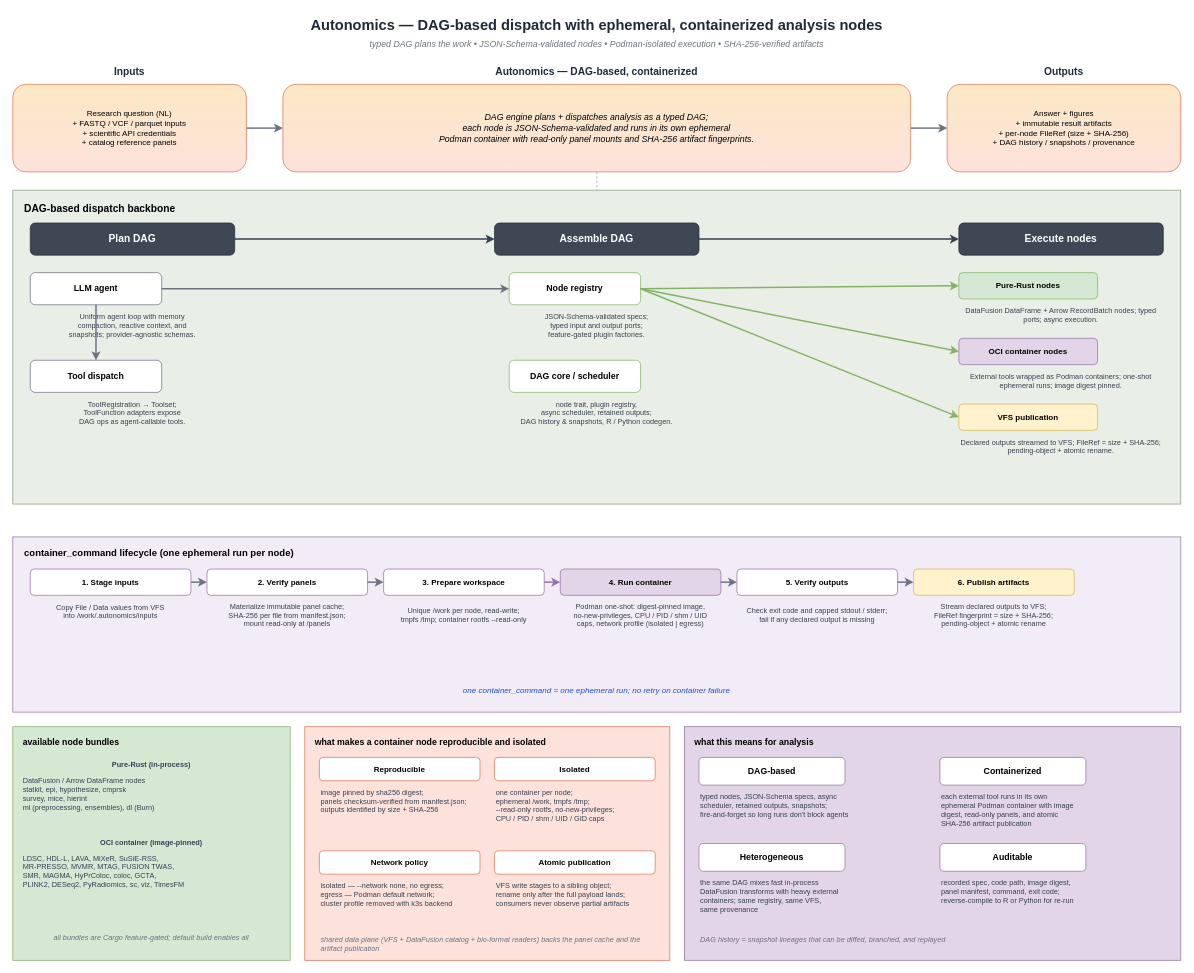
Before: docs/diagrams/fig2_mechanism.drawio in auto-nomics/autonomics, a draw.io diagram. Source tidied: cells renumbered, new cells numbered last; positions are measured from the earlier drawing's top-left corner, leaving out a move shared by most shapes. Both pictures are drawn from the tidied source at 73%, with x=0, y=0 at pixel (12, 12).
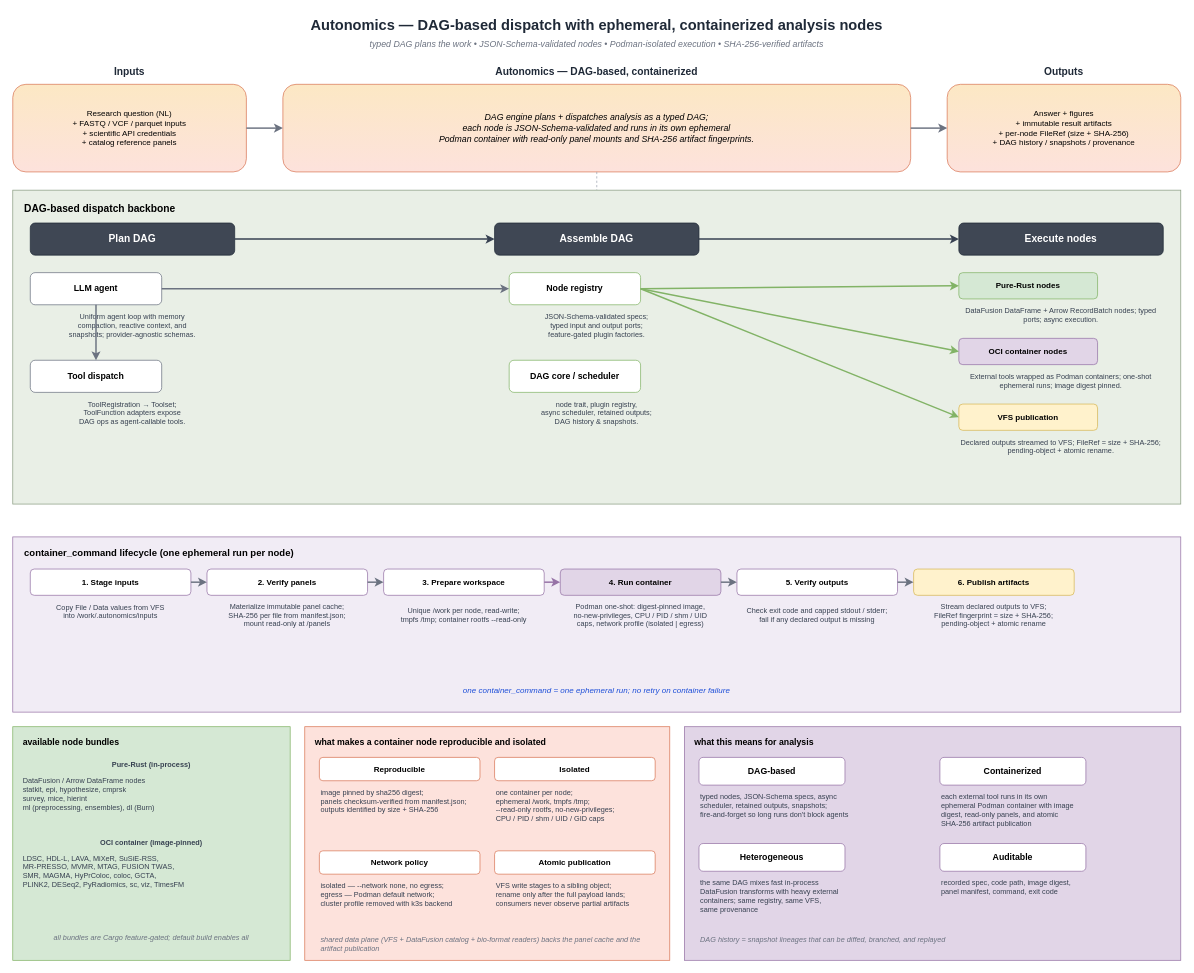
After the change.

What changed in the source:
```diff
@@
-    <mxCell id="26" value="node trait, plugin registry,&#10;async scheduler, retained outputs;&#10;DAG history &amp; snapshots, R / Python codegen." style="text;html=1;whiteSpace=wrap;align=center;verticalAlign=top;fontSize=10;fontColor=#374151;" parent="1" vertex="1">
+    <mxCell id="26" value="node trait, plugin registry,&#10;async scheduler, retained outputs;&#10;DAG history &amp; snapshots." style="text;html=1;whiteSpace=wrap;align=center;verticalAlign=top;fontSize=10;fontColor=#374151;" parent="1" vertex="1">
       <mxGeometry x="660" y="524" width="280" height="56" as="geometry" />
     </mxCell>
@@
-    <mxCell id="81" value="recorded spec, code path, image digest,&#10;panel manifest, command, exit code;&#10;reverse-compile to R or Python for re-run" style="text;html=1;whiteSpace=wrap;align=left;verticalAlign=top;fontSize=10;fontColor=#374151;" parent="1" vertex="1">
+    <mxCell id="81" value="recorded spec, code path, image digest,&#10;panel manifest, command, exit code" style="text;html=1;whiteSpace=wrap;align=left;verticalAlign=top;fontSize=10;fontColor=#374151;" parent="1" vertex="1">
       <mxGeometry x="1270" y="1180" width="320" height="64" as="geometry" />
     </mxCell>
```
